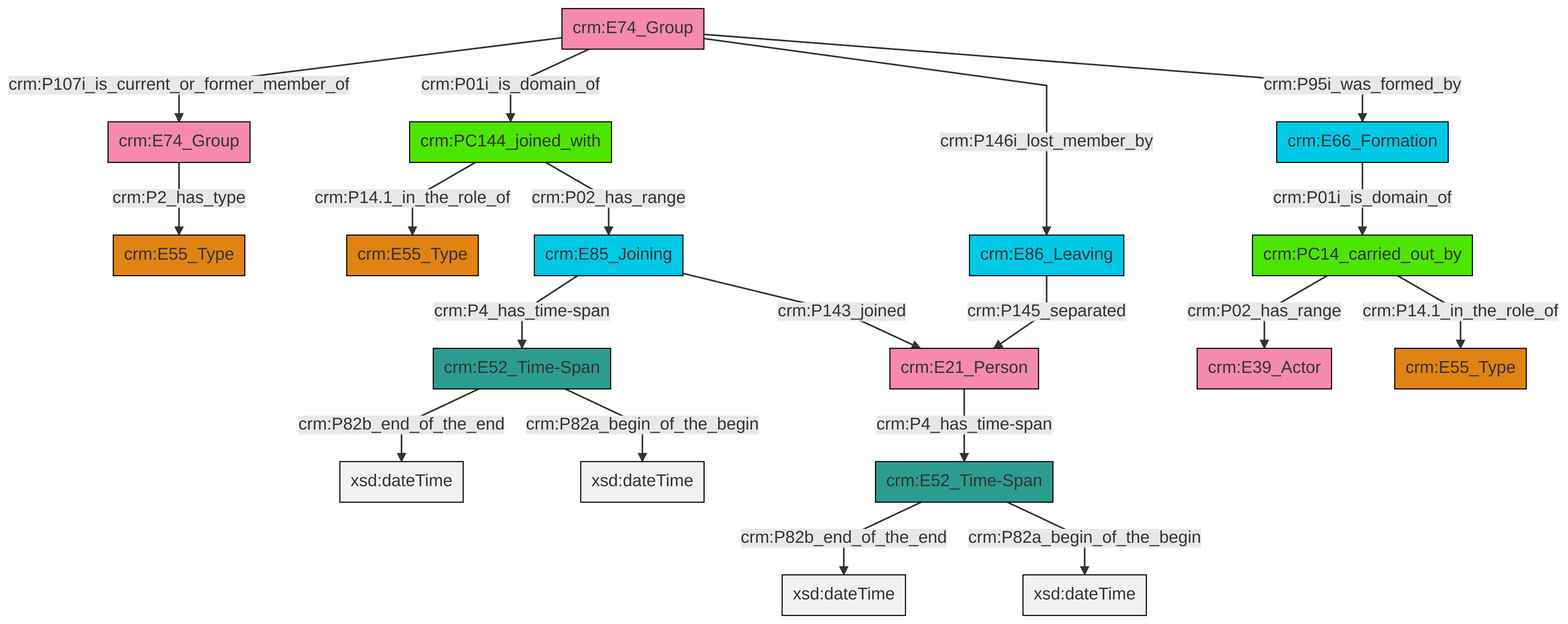
This is et/groupCSV/ttl/mmd/png/group_actor_relations.png from swiss-art-research-net/docs.swissartresearch, a Mermaid export, as it was before one commit. Its source is kept beside it as et/groupCSV/ttl/mmd/group_actor_relations.ttl.mmd.
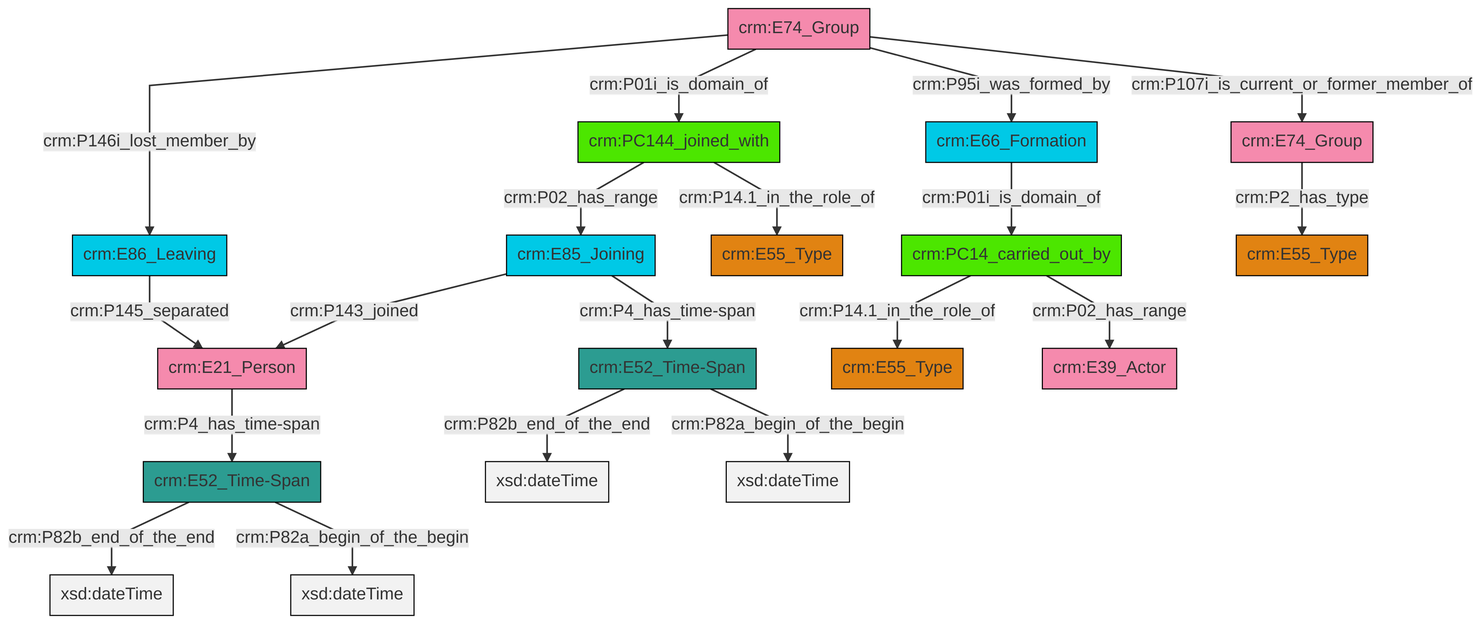
The same file after the commit.

Change to the diagram source:
```diff
@@ -13,21 +13,21 @@
 classDef PC_Classes fill:#4ce600, stroke:#000000;
 classDef Multi fill:#cccccc,stroke:#000000;
 
-0["crm:E74_Group"]:::Actor -->|crm:P107i_is_current_or_former_member_of| 1["crm:E74_Group"]:::Actor
-0["crm:E74_Group"]:::Actor -->|crm:P01i_is_domain_of| 2["crm:PC144_joined_with"]:::PC_Classes
-3["crm:E66_Formation"]:::Temporal_Entity -->|crm:P01i_is_domain_of| 4["crm:PC14_carried_out_by"]:::PC_Classes
-7["crm:E85_Joining"]:::Temporal_Entity -->|crm:P4_has_time-span| 8["crm:E52_Time-Span"]:::Time-Span
-4["crm:PC14_carried_out_by"]:::PC_Classes -->|crm:P02_has_range| 11["crm:E39_Actor"]:::Actor
-12["crm:E86_Leaving"]:::Temporal_Entity -->|crm:P145_separated| 13["crm:E21_Person"]:::Actor
-0["crm:E74_Group"]:::Actor -->|crm:P146i_lost_member_by| 12["crm:E86_Leaving"]:::Temporal_Entity
-8["crm:E52_Time-Span"]:::Time-Span -->|crm:P82b_end_of_the_end| 16[xsd:dateTime]:::Literal
-2["crm:PC144_joined_with"]:::PC_Classes -->|crm:P14.1_in_the_role_of| 5["crm:E55_Type"]:::Type
-1["crm:E74_Group"]:::Actor -->|crm:P2_has_type| 9["crm:E55_Type"]:::Type
-14["crm:E52_Time-Span"]:::Time-Span -->|crm:P82b_end_of_the_end| 21[xsd:dateTime]:::Literal
-8["crm:E52_Time-Span"]:::Time-Span -->|crm:P82a_begin_of_the_begin| 24[xsd:dateTime]:::Literal
-4["crm:PC14_carried_out_by"]:::PC_Classes -->|crm:P14.1_in_the_role_of| 25["crm:E55_Type"]:::Type
-0["crm:E74_Group"]:::Actor -->|crm:P95i_was_formed_by| 3["crm:E66_Formation"]:::Temporal_Entity
-2["crm:PC144_joined_with"]:::PC_Classes -->|crm:P02_has_range| 7["crm:E85_Joining"]:::Temporal_Entity
-13["crm:E21_Person"]:::Actor -->|crm:P4_has_time-span| 14["crm:E52_Time-Span"]:::Time-Span
-7["crm:E85_Joining"]:::Temporal_Entity -->|crm:P143_joined| 13["crm:E21_Person"]:::Actor
-14["crm:E52_Time-Span"]:::Time-Span -->|crm:P82a_begin_of_the_begin| 29[xsd:dateTime]:::Literal
+2["crm:E85_Joining"]:::Temporal_Entity -->|crm:P143_joined| 3["crm:E21_Person"]:::Actor
+4["crm:E74_Group"]:::Actor -->|crm:P95i_was_formed_by| 8["crm:E66_Formation"]:::Temporal_Entity
+9["crm:E52_Time-Span"]:::Time-Span -->|crm:P82b_end_of_the_end| 10[xsd:dateTime]:::Literal
+13["crm:PC144_joined_with"]:::PC_Classes -->|crm:P14.1_in_the_role_of| 6["crm:E55_Type"]:::Type
+14["crm:E52_Time-Span"]:::Time-Span -->|crm:P82b_end_of_the_end| 15[xsd:dateTime]:::Literal
+4["crm:E74_Group"]:::Actor -->|crm:P01i_is_domain_of| 13["crm:PC144_joined_with"]:::PC_Classes
+3["crm:E21_Person"]:::Actor -->|crm:P4_has_time-span| 9["crm:E52_Time-Span"]:::Time-Span
+0["crm:E86_Leaving"]:::Temporal_Entity -->|crm:P145_separated| 3["crm:E21_Person"]:::Actor
+18["crm:E74_Group"]:::Actor -->|crm:P2_has_type| 16["crm:E55_Type"]:::Type
+9["crm:E52_Time-Span"]:::Time-Span -->|crm:P82a_begin_of_the_begin| 24[xsd:dateTime]:::Literal
+11["crm:PC14_carried_out_by"]:::PC_Classes -->|crm:P14.1_in_the_role_of| 21["crm:E55_Type"]:::Type
+14["crm:E52_Time-Span"]:::Time-Span -->|crm:P82a_begin_of_the_begin| 27[xsd:dateTime]:::Literal
+13["crm:PC144_joined_with"]:::PC_Classes -->|crm:P02_has_range| 2["crm:E85_Joining"]:::Temporal_Entity
+8["crm:E66_Formation"]:::Temporal_Entity -->|crm:P01i_is_domain_of| 11["crm:PC14_carried_out_by"]:::PC_Classes
+4["crm:E74_Group"]:::Actor -->|crm:P107i_is_current_or_former_member_of| 18["crm:E74_Group"]:::Actor
+4["crm:E74_Group"]:::Actor -->|crm:P146i_lost_member_by| 0["crm:E86_Leaving"]:::Temporal_Entity
+2["crm:E85_Joining"]:::Temporal_Entity -->|crm:P4_has_time-span| 14["crm:E52_Time-Span"]:::Time-Span
+11["crm:PC14_carried_out_by"]:::PC_Classes -->|crm:P02_has_range| 30["crm:E39_Actor"]:::Actor
```
